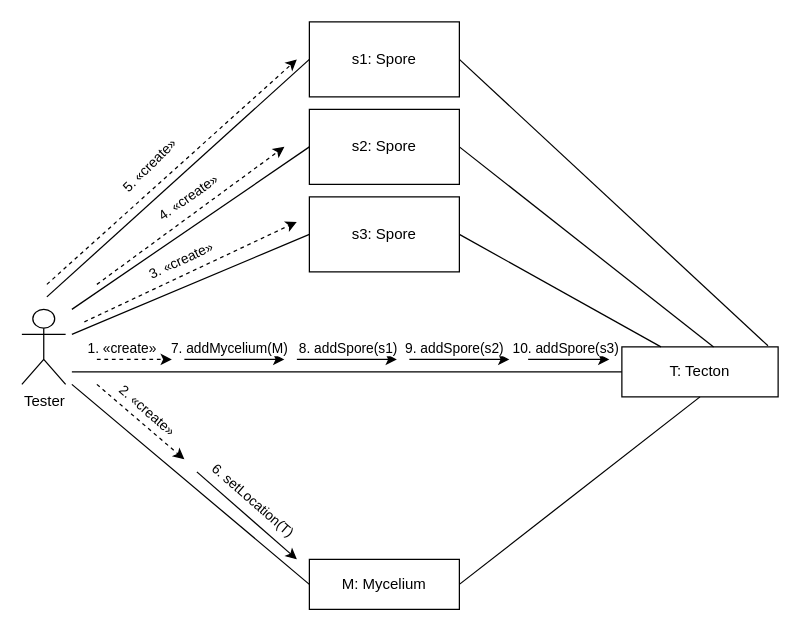
Earlier version of the draw.io diagram page "9." (17 of 40) of 6_szkeleton_beadasa/Pdf-es_formaban_leadando_anyagok/Fuggelekek_anyagai/diagramok/CommDiags.drawio (koharzsombor/bandITs). Source tidied: cells renumbered, new cells numbered last; positions are measured from the earlier drawing's top-left corner, leaving out a move shared by most shapes. Both pictures are drawn from the tidied source at 125%, with x=0, y=0 at pixel (21, 21).
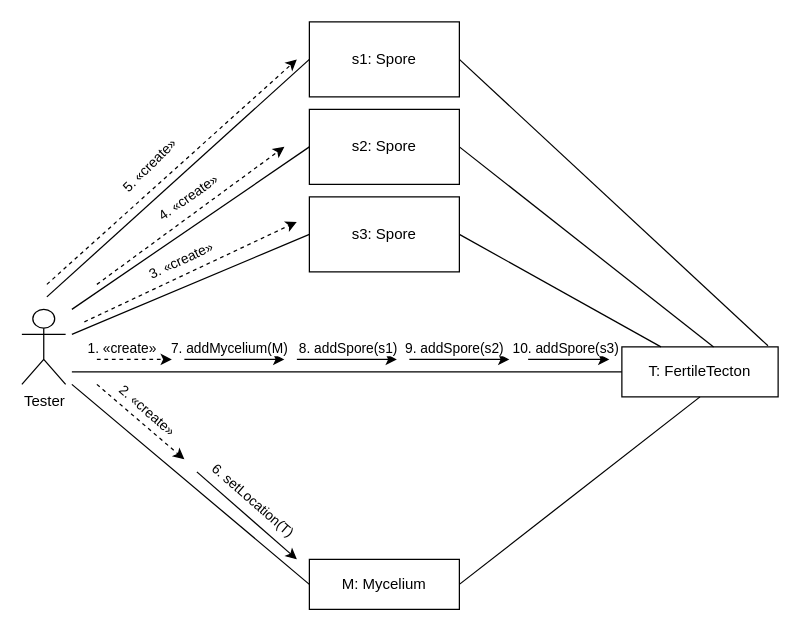
The same page after the edit.

Diff of the diagram source:
```diff
@@
-    <mxCell id="2" value="T: Tecton" style="html=1;whiteSpace=wrap;" parent="1" vertex="1">
+    <mxCell id="2" value="T: FertileTecton" style="html=1;whiteSpace=wrap;" parent="1" vertex="1">
       <mxGeometry x="480" y="260" width="125" height="40" as="geometry" />
     </mxCell>
```
